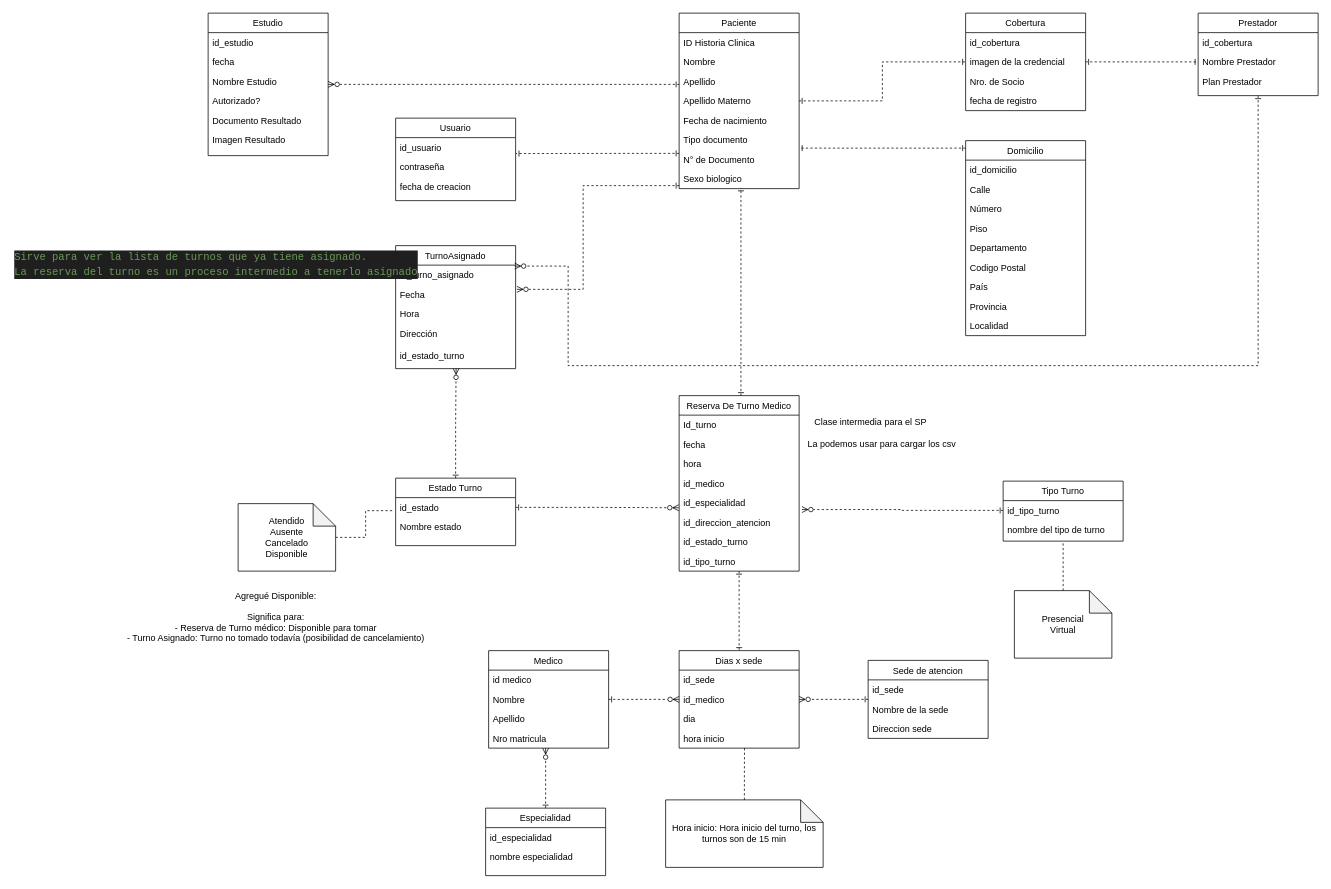
The draw.io diagram hospitalCureSAGrupo09.drawio in TomasFelice/ddbba-tp-integrador, before the edit. Source tidied: cells renumbered, new cells numbered last; positions are measured from the earlier drawing's top-left corner, leaving out a move shared by most shapes. Both pictures are drawn from the tidied source at 75%, with x=0, y=0 at pixel (13, 13).
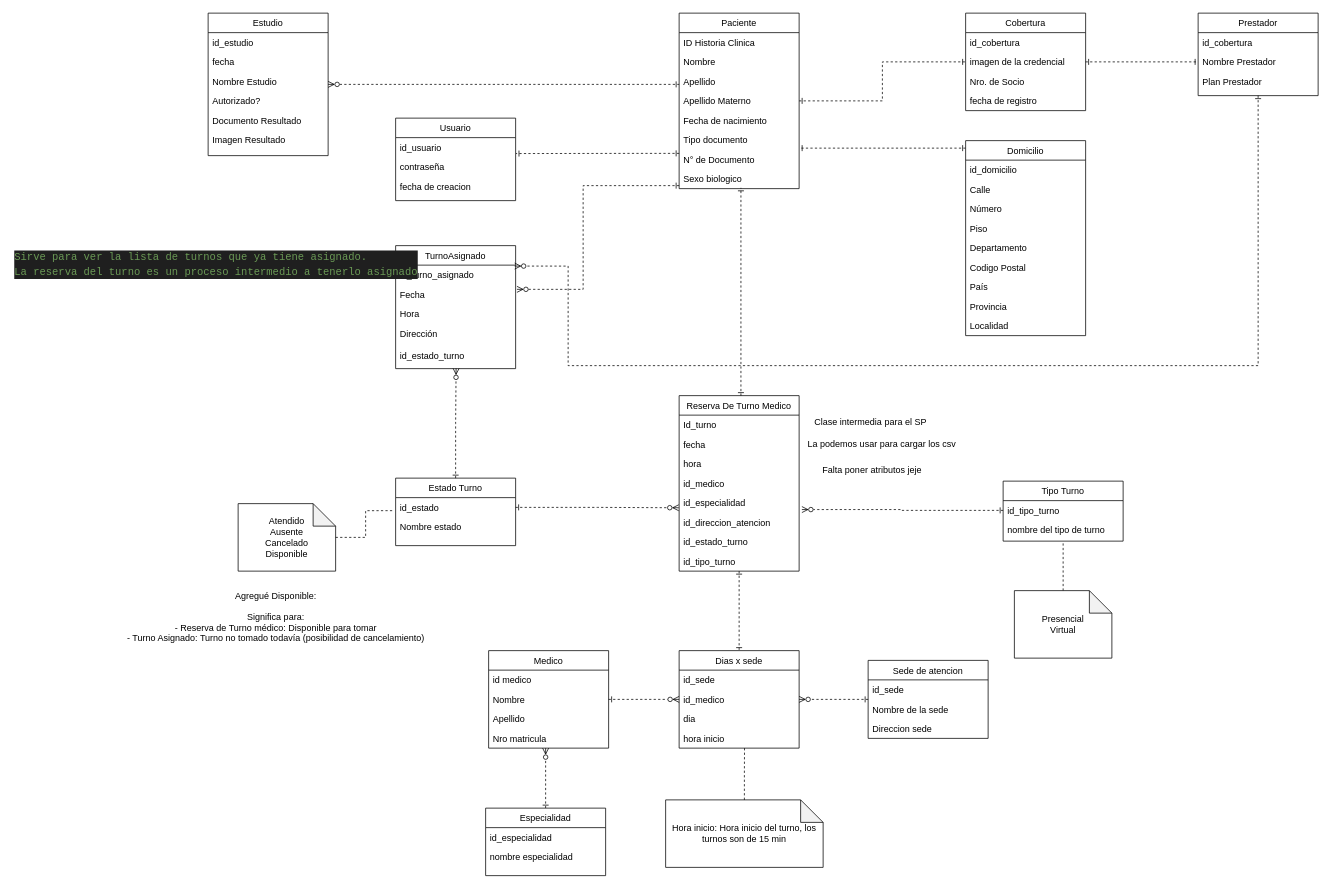
Above is the later version.

Commit message (it also covers changes not shown here):
Rtas a tomi, SP nuevo act de estudios, agregado de nuevos atributos a entidades

Change to the diagram source:
```diff
@@
+    <mxCell id="105" value="Falta poner atributos jeje" style="text;html=1;align=center;verticalAlign=middle;strokeColor=none;fillColor=none;" parent="1" vertex="1">
+      <mxGeometry x="1065" y="594" width="160" height="30" as="geometry" />
+    </mxCell>
```
